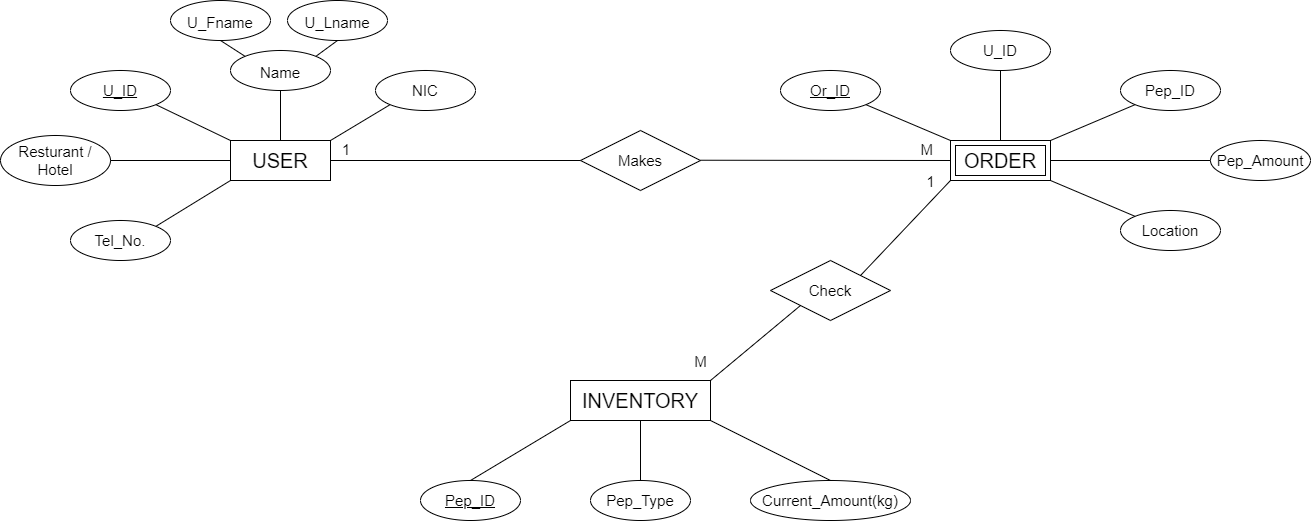
Above: Documentation/Charts/ER Diagram.png in AnushkaIsuranga/Stock_Portal_for_Spice_Co. (draw.io), before the change. Source tidied: cells renumbered, new cells last; positions are measured from the earlier drawing's top-left corner, leaving out a move shared by most shapes.
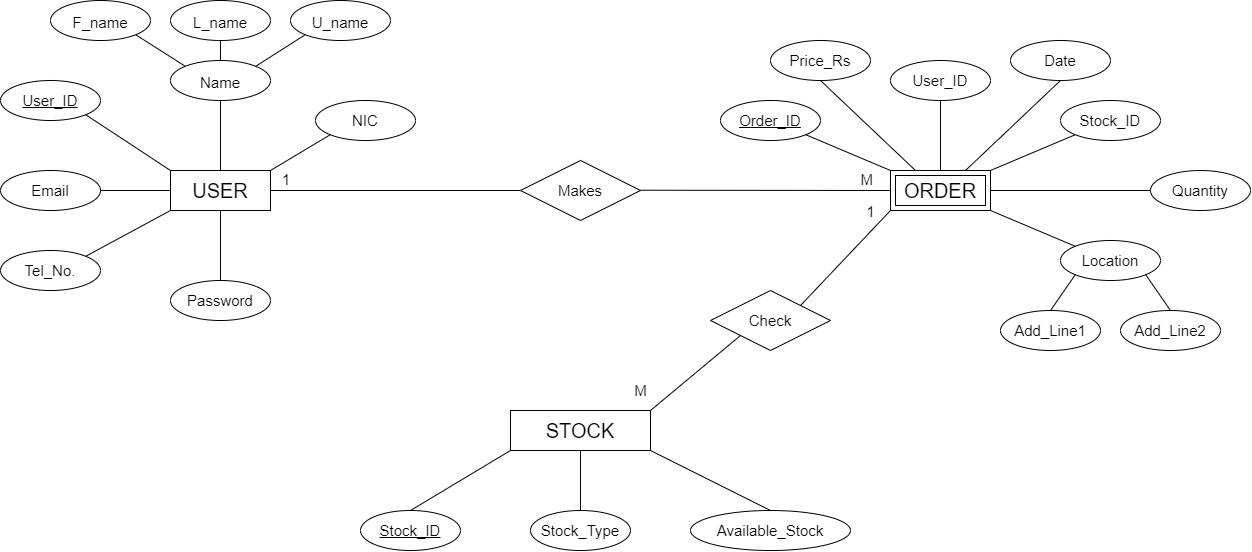
The same file after the commit.

Diff of the diagram source:
```diff
@@ -6,25 +6,22 @@
       <mxGeometry x="230" y="140" width="100" height="40" as="geometry" />
     </mxCell>
     <mxCell id="3" value="&lt;font style=&quot;font-size: 15px;&quot;&gt;Name&lt;/font&gt;" style="ellipse;whiteSpace=wrap;html=1;align=center;fontSize=20;" parent="1" vertex="1">
-      <mxGeometry x="230" y="50" width="100" height="40" as="geometry" />
+      <mxGeometry x="230" y="30" width="100" height="40" as="geometry" />
     </mxCell>
-    <mxCell id="4" value="&lt;font style=&quot;font-size: 15px;&quot;&gt;U_Fname&lt;/font&gt;" style="ellipse;whiteSpace=wrap;html=1;align=center;fontSize=20;" parent="1" vertex="1">
-      <mxGeometry x="170" width="100" height="40" as="geometry" />
+    <mxCell id="4" value="&lt;font style=&quot;font-size: 15px;&quot;&gt;F_name&lt;/font&gt;" style="ellipse;whiteSpace=wrap;html=1;align=center;fontSize=20;" parent="1" vertex="1">
+      <mxGeometry x="110" y="-30" width="100" height="40" as="geometry" />
     </mxCell>
-    <mxCell id="5" value="&lt;font style=&quot;font-size: 15px;&quot;&gt;U_Lname&lt;/font&gt;" style="ellipse;whiteSpace=wrap;html=1;align=center;fontSize=20;" parent="1" vertex="1">
-      <mxGeometry x="287" width="100" height="40" as="geometry" />
+    <mxCell id="5" value="&lt;font style=&quot;font-size: 15px;&quot;&gt;U_name&lt;/font&gt;" style="ellipse;whiteSpace=wrap;html=1;align=center;fontSize=20;" parent="1" vertex="1">
+      <mxGeometry x="350" y="-30" width="100" height="40" as="geometry" />
     </mxCell>
-    <mxCell id="6" value="U_ID" style="ellipse;whiteSpace=wrap;html=1;align=center;fontStyle=4;fontSize=15;" parent="1" vertex="1">
-      <mxGeometry x="70" y="70" width="100" height="40" as="geometry" />
+    <mxCell id="6" value="User_ID" style="ellipse;whiteSpace=wrap;html=1;align=center;fontStyle=4;fontSize=15;" parent="1" vertex="1">
+      <mxGeometry x="60" y="50" width="100" height="40" as="geometry" />
     </mxCell>
     <mxCell id="7" value="NIC" style="ellipse;whiteSpace=wrap;html=1;align=center;fontSize=15;" parent="1" vertex="1">
       <mxGeometry x="375" y="70" width="100" height="40" as="geometry" />
     </mxCell>
-    <mxCell id="8" value="Resturant /&lt;br&gt;Hotel" style="ellipse;whiteSpace=wrap;html=1;align=center;fontSize=15;" parent="1" vertex="1">
-      <mxGeometry y="135" width="110" height="50" as="geometry" />
-    </mxCell>
     <mxCell id="9" value="Tel_No." style="ellipse;whiteSpace=wrap;html=1;align=center;fontSize=15;" parent="1" vertex="1">
-      <mxGeometry x="70" y="220" width="100" height="40" as="geometry" />
+      <mxGeometry x="60" y="220" width="100" height="40" as="geometry" />
     </mxCell>
     <mxCell id="10" style="endArrow=none;html=1;rounded=0;fontSize=15;exitX=0.5;exitY=0;exitDx=0;exitDy=0;entryX=0.5;entryY=1;entryDx=0;entryDy=0;" parent="1" edge="1" source="2" target="3">
       <mxGeometry relative="1" as="geometry" />
@@ -35,16 +32,13 @@
     <mxCell id="12" style="endArrow=none;html=1;rounded=0;fontSize=15;exitX=0;exitY=0;exitDx=0;exitDy=0;entryX=1;entryY=1;entryDx=0;entryDy=0;" parent="1" edge="1" source="2" target="6">
       <mxGeometry relative="1" as="geometry" />
     </mxCell>
-    <mxCell id="13" style="endArrow=none;html=1;rounded=0;fontSize=15;exitX=1;exitY=0.5;exitDx=0;exitDy=0;entryX=0;entryY=0.5;entryDx=0;entryDy=0;" parent="1" edge="1" source="8" target="2">
-      <mxGeometry relative="1" as="geometry" />
-    </mxCell>
     <mxCell id="14" style="endArrow=none;html=1;rounded=0;fontSize=15;exitX=1;exitY=0;exitDx=0;exitDy=0;entryX=0;entryY=1;entryDx=0;entryDy=0;" parent="1" edge="1" source="9" target="2">
       <mxGeometry relative="1" as="geometry" />
     </mxCell>
     <mxCell id="15" value="&lt;font style=&quot;font-size: 15px;&quot;&gt;Makes&lt;/font&gt;" style="shape=rhombus;perimeter=rhombusPerimeter;whiteSpace=wrap;html=1;align=center;fontSize=15;" parent="1" vertex="1">
       <mxGeometry x="580" y="130" width="120" height="60" as="geometry" />
     </mxCell>
-    <mxCell id="16" value="&lt;font style=&quot;font-size: 20px;&quot;&gt;INVENTORY&lt;/font&gt;" style="whiteSpace=wrap;html=1;align=center;" parent="1" vertex="1">
+    <mxCell id="16" value="&lt;font style=&quot;font-size: 20px;&quot;&gt;STOCK&lt;/font&gt;" style="whiteSpace=wrap;html=1;align=center;" parent="1" vertex="1">
       <mxGeometry x="570" y="380" width="140" height="40" as="geometry" />
     </mxCell>
     <mxCell id="17" value="&lt;font style=&quot;font-size: 15px;&quot;&gt;Check&lt;/font&gt;" style="shape=rhombus;perimeter=rhombusPerimeter;whiteSpace=wrap;html=1;align=center;fontSize=15;" parent="1" vertex="1">
@@ -90,25 +84,25 @@
         <mxPoint x="-20" y="-13" as="offset" />
       </mxGeometry>
     </mxCell>
-    <mxCell id="26" value="Or_ID" style="ellipse;whiteSpace=wrap;html=1;align=center;fontStyle=4;fontSize=15;" parent="1" vertex="1">
+    <mxCell id="26" value="Order_ID" style="ellipse;whiteSpace=wrap;html=1;align=center;fontStyle=4;fontSize=15;" parent="1" vertex="1">
       <mxGeometry x="780" y="70" width="100" height="40" as="geometry" />
     </mxCell>
-    <mxCell id="27" value="U_ID" style="ellipse;whiteSpace=wrap;html=1;align=center;fontSize=15;" parent="1" vertex="1">
+    <mxCell id="27" value="User_ID" style="ellipse;whiteSpace=wrap;html=1;align=center;fontSize=15;" parent="1" vertex="1">
       <mxGeometry x="950" y="30" width="100" height="40" as="geometry" />
     </mxCell>
-    <mxCell id="28" value="Pep_ID" style="ellipse;whiteSpace=wrap;html=1;align=center;fontSize=15;" parent="1" vertex="1">
+    <mxCell id="28" value="Stock_ID" style="ellipse;whiteSpace=wrap;html=1;align=center;fontSize=15;" parent="1" vertex="1">
       <mxGeometry x="1120" y="70" width="100" height="40" as="geometry" />
     </mxCell>
-    <mxCell id="29" value="Pep_Amount" style="ellipse;whiteSpace=wrap;html=1;align=center;fontSize=15;" parent="1" vertex="1">
+    <mxCell id="29" value="Quantity" style="ellipse;whiteSpace=wrap;html=1;align=center;fontSize=15;" parent="1" vertex="1">
       <mxGeometry x="1210" y="140" width="100" height="40" as="geometry" />
     </mxCell>
     <mxCell id="30" value="Location" style="ellipse;whiteSpace=wrap;html=1;align=center;fontSize=15;" parent="1" vertex="1">
       <mxGeometry x="1120" y="210" width="100" height="40" as="geometry" />
     </mxCell>
-    <mxCell id="31" style="endArrow=none;html=1;rounded=0;fontSize=15;exitX=0.5;exitY=1;exitDx=0;exitDy=0;entryX=0;entryY=0;entryDx=0;entryDy=0;" parent="1" edge="1" source="4" target="3">
+    <mxCell id="31" style="endArrow=none;html=1;rounded=0;fontSize=15;exitX=1;exitY=1;exitDx=0;exitDy=0;entryX=0;entryY=0;entryDx=0;entryDy=0;" parent="1" edge="1" source="4" target="3">
       <mxGeometry relative="1" as="geometry" />
     </mxCell>
-    <mxCell id="32" style="endArrow=none;html=1;rounded=0;fontSize=15;entryX=1;entryY=0;entryDx=0;entryDy=0;exitX=0.5;exitY=1;exitDx=0;exitDy=0;" parent="1" edge="1" source="5" target="3">
+    <mxCell id="32" style="endArrow=none;html=1;rounded=0;fontSize=15;entryX=1;entryY=0;entryDx=0;entryDy=0;exitX=0;exitY=1;exitDx=0;exitDy=0;" parent="1" edge="1" source="5" target="3">
       <mxGeometry relative="1" as="geometry" />
     </mxCell>
     <mxCell id="33" style="endArrow=none;html=1;rounded=0;fontSize=15;exitX=1;exitY=1;exitDx=0;exitDy=0;entryX=0;entryY=0;entryDx=0;entryDy=0;" parent="1" edge="1" source="26" target="44">
@@ -126,13 +120,13 @@
     <mxCell id="37" style="endArrow=none;html=1;rounded=0;fontSize=15;entryX=0;entryY=0;entryDx=0;entryDy=0;exitX=1;exitY=1;exitDx=0;exitDy=0;" parent="1" edge="1" source="44" target="30">
       <mxGeometry relative="1" as="geometry" />
     </mxCell>
-    <mxCell id="38" value="Pep_Type" style="ellipse;whiteSpace=wrap;html=1;align=center;fontSize=15;" parent="1" vertex="1">
+    <mxCell id="38" value="Stock_Type" style="ellipse;whiteSpace=wrap;html=1;align=center;fontSize=15;" parent="1" vertex="1">
       <mxGeometry x="590" y="480" width="100" height="40" as="geometry" />
     </mxCell>
-    <mxCell id="39" value="Current_Amount(kg)" style="ellipse;whiteSpace=wrap;html=1;align=center;fontSize=15;" parent="1" vertex="1">
+    <mxCell id="39" value="Available_Stock" style="ellipse;whiteSpace=wrap;html=1;align=center;fontSize=15;" parent="1" vertex="1">
       <mxGeometry x="750" y="480" width="160" height="40" as="geometry" />
     </mxCell>
-    <mxCell id="40" value="Pep_ID" style="ellipse;whiteSpace=wrap;html=1;align=center;fontStyle=4;fontSize=15;" parent="1" vertex="1">
+    <mxCell id="40" value="Stock_ID" style="ellipse;whiteSpace=wrap;html=1;align=center;fontStyle=4;fontSize=15;" parent="1" vertex="1">
       <mxGeometry x="420" y="480" width="100" height="40" as="geometry" />
     </mxCell>
     <mxCell id="41" style="endArrow=none;html=1;rounded=0;fontSize=15;exitX=0.5;exitY=0;exitDx=0;exitDy=0;" parent="1" edge="1" source="40">
@@ -149,5 +143,47 @@
     <mxCell id="44" value="&lt;span style=&quot;font-size: 20px;&quot;&gt;ORDER&lt;/span&gt;" style="shape=ext;margin=3;double=1;whiteSpace=wrap;html=1;align=center;fontSize=15;" parent="1" vertex="1">
       <mxGeometry x="950" y="140" width="100" height="40" as="geometry" />
     </mxCell>
+    <mxCell id="45" value="&lt;font style=&quot;font-size: 15px;&quot;&gt;L_name&lt;/font&gt;" style="ellipse;whiteSpace=wrap;html=1;align=center;fontSize=20;" parent="1" vertex="1">
+      <mxGeometry x="230" y="-30" width="100" height="40" as="geometry" />
+    </mxCell>
+    <mxCell id="46" style="endArrow=none;html=1;entryX=0.5;entryY=1;entryDx=0;entryDy=0;exitX=0.5;exitY=0;exitDx=0;exitDy=0;" parent="1" edge="1" source="3" target="45">
+      <mxGeometry relative="1" as="geometry" />
+    </mxCell>
+    <mxCell id="47" value="Email" style="ellipse;whiteSpace=wrap;html=1;align=center;fontSize=15;" parent="1" vertex="1">
+      <mxGeometry x="60" y="140" width="100" height="40" as="geometry" />
+    </mxCell>
+    <mxCell id="48" style="endArrow=none;html=1;exitX=1;exitY=0.5;exitDx=0;exitDy=0;entryX=0;entryY=0.5;entryDx=0;entryDy=0;" parent="1" edge="1" source="47" target="2">
+      <mxGeometry relative="1" as="geometry" />
+    </mxCell>
+    <mxCell id="49" value="Password" style="ellipse;whiteSpace=wrap;html=1;align=center;fontSize=15;" parent="1" vertex="1">
+      <mxGeometry x="230" y="250" width="100" height="40" as="geometry" />
+    </mxCell>
+    <mxCell id="50" style="endArrow=none;html=1;entryX=0.5;entryY=1;entryDx=0;entryDy=0;exitX=0.5;exitY=0;exitDx=0;exitDy=0;" parent="1" edge="1" source="49" target="2">
+      <mxGeometry relative="1" as="geometry" />
+    </mxCell>
+    <mxCell id="51" value="Date" style="ellipse;whiteSpace=wrap;html=1;align=center;fontSize=15;" parent="1" vertex="1">
+      <mxGeometry x="1070" y="10" width="100" height="40" as="geometry" />
+    </mxCell>
+    <mxCell id="52" value="Price_Rs" style="ellipse;whiteSpace=wrap;html=1;align=center;fontSize=15;" parent="1" vertex="1">
+      <mxGeometry x="830" y="10" width="100" height="40" as="geometry" />
+    </mxCell>
+    <mxCell id="53" value="Add_Line1" style="ellipse;whiteSpace=wrap;html=1;align=center;fontSize=15;" parent="1" vertex="1">
+      <mxGeometry x="1060" y="280" width="100" height="40" as="geometry" />
+    </mxCell>
+    <mxCell id="54" value="Add_Line2" style="ellipse;whiteSpace=wrap;html=1;align=center;fontSize=15;" parent="1" vertex="1">
+      <mxGeometry x="1180" y="280" width="100" height="40" as="geometry" />
+    </mxCell>
+    <mxCell id="55" style="endArrow=none;html=1;entryX=0.5;entryY=1;entryDx=0;entryDy=0;exitX=0.25;exitY=0;exitDx=0;exitDy=0;" parent="1" edge="1" source="44" target="52">
+      <mxGeometry relative="1" as="geometry" />
+    </mxCell>
+    <mxCell id="56" style="endArrow=none;html=1;entryX=0.5;entryY=1;entryDx=0;entryDy=0;exitX=0.75;exitY=0;exitDx=0;exitDy=0;" parent="1" edge="1" source="44" target="51">
+      <mxGeometry relative="1" as="geometry" />
+    </mxCell>
+    <mxCell id="57" style="endArrow=none;html=1;entryX=0.5;entryY=0;entryDx=0;entryDy=0;exitX=0;exitY=1;exitDx=0;exitDy=0;" parent="1" edge="1" source="30" target="53">
+      <mxGeometry relative="1" as="geometry" />
+    </mxCell>
+    <mxCell id="58" style="endArrow=none;html=1;entryX=0.5;entryY=0;entryDx=0;entryDy=0;exitX=1;exitY=1;exitDx=0;exitDy=0;" parent="1" edge="1" source="30" target="54">
+      <mxGeometry relative="1" as="geometry" />
+    </mxCell>
   </root>
 </mxGraphModel>
```
